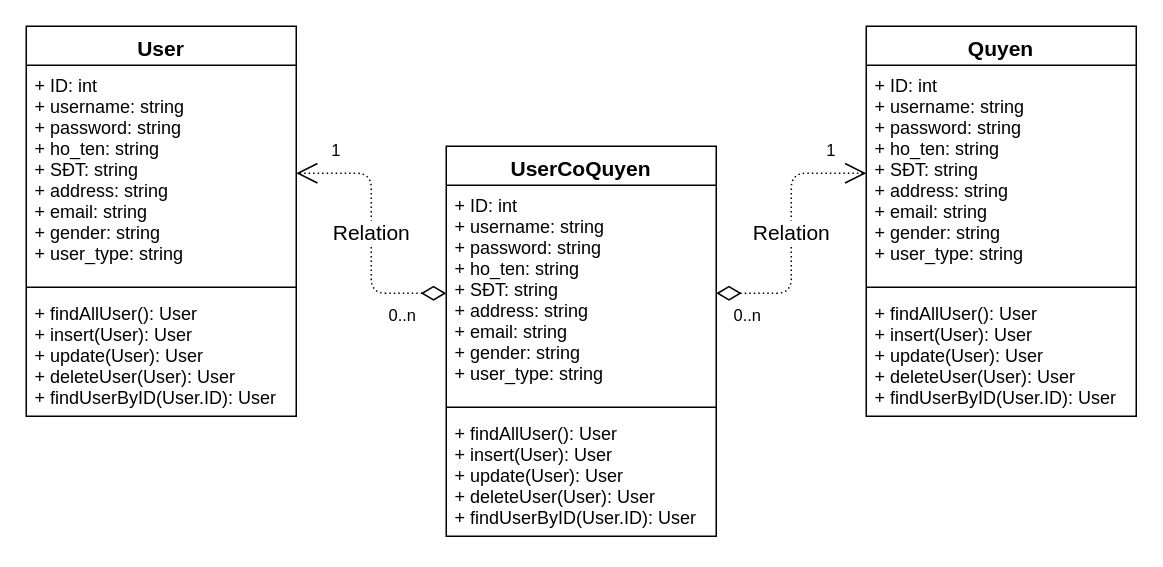
Above: page "Class ql_nguoi_dung" (8 of 18) of doc/QuanLyDoAn.drawio in lampn0/quan_ly_do_an_20211 (draw.io), before the change. Source tidied: cells renumbered, new cells numbered last; positions are measured from the earlier drawing's top-left corner, leaving out a move shared by most shapes. Both pictures are drawn from the tidied source at 150%, with x=0, y=0 at pixel (26, 26).
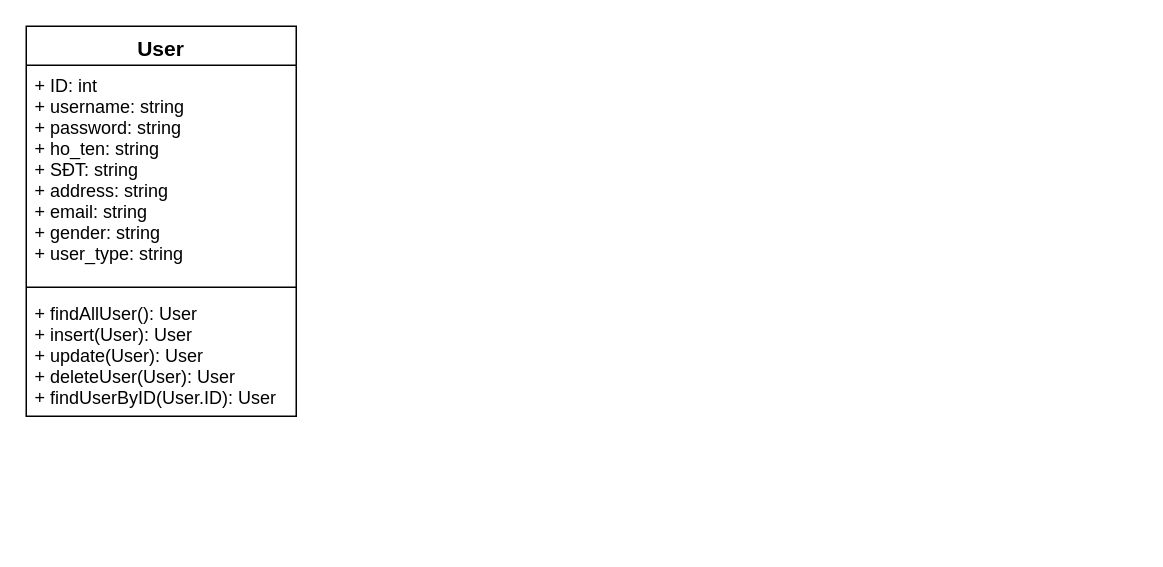
The same page after the edit.

Unchanged cells that the change refers to:
```xml
<mxCell id="3" value="+ ID: int&#10;+ username: string&#10;+ password: string&#10;+ ho_ten: string&#10;+ SĐT: string&#10;+ address: string&#10;+ email: string&#10;+ gender: string&#10;+ user_type: string" style="text;strokeColor=none;fillColor=none;align=left;verticalAlign=top;spacingLeft=4;spacingRight=4;overflow=hidden;points=[[0,0.5],[1,0.5]];portConstraint=eastwest;horizontal=1;" parent="2" vertex="1">
  <mxGeometry y="26" width="180" height="144" as="geometry" />
</mxCell>
```

What changed in the source:
```diff
@@
-    <mxCell id="6" value="UserCoQuyen" style="swimlane;fontStyle=1;align=center;verticalAlign=top;horizontal=1;startSize=26;fontSize=14;fillColor=#FFFFFF;" parent="1" vertex="1">
-      <mxGeometry x="280" y="80" width="180" height="260" as="geometry" />
-    </mxCell>
-    <mxCell id="7" value="+ ID: int&#10;+ username: string&#10;+ password: string&#10;+ ho_ten: string&#10;+ SĐT: string&#10;+ address: string&#10;+ email: string&#10;+ gender: string&#10;+ user_type: string" style="text;strokeColor=none;fillColor=none;align=left;verticalAlign=top;spacingLeft=4;spacingRight=4;overflow=hidden;points=[[0,0.5],[1,0.5]];portConstraint=eastwest;horizontal=1;" parent="6" vertex="1">
-      <mxGeometry y="26" width="180" height="144" as="geometry" />
-    </mxCell>
-    <mxCell id="8" style="line;strokeWidth=1;fillColor=none;align=left;verticalAlign=middle;spacingTop=-1;spacingLeft=3;spacingRight=3;labelPosition=right;" parent="6" vertex="1">
-      <mxGeometry y="170" width="180" height="8" as="geometry" />
-    </mxCell>
-    <mxCell id="9" value="+ findAllUser(): User&#10;+ insert(User): User&#10;+ update(User): User&#10;+ deleteUser(User): User&#10;+ findUserByID(User.ID): User" style="text;strokeColor=none;fillColor=none;align=left;verticalAlign=top;spacingLeft=4;spacingRight=4;overflow=hidden;" parent="6" vertex="1">
-      <mxGeometry y="178" width="180" height="82" as="geometry" />
-    </mxCell>
-    <mxCell id="10" value="Quyen" style="swimlane;fontStyle=1;align=center;verticalAlign=top;horizontal=1;startSize=26;fontSize=14;fillColor=#FFFFFF;" parent="1" vertex="1">
-      <mxGeometry x="560" width="180" height="260" as="geometry" />
-    </mxCell>
-    <mxCell id="11" value="+ ID: int&#10;+ username: string&#10;+ password: string&#10;+ ho_ten: string&#10;+ SĐT: string&#10;+ address: string&#10;+ email: string&#10;+ gender: string&#10;+ user_type: string" style="text;strokeColor=none;fillColor=none;align=left;verticalAlign=top;spacingLeft=4;spacingRight=4;overflow=hidden;points=[[0,0.5],[1,0.5]];portConstraint=eastwest;horizontal=1;" parent="10" vertex="1">
-      <mxGeometry y="26" width="180" height="144" as="geometry" />
-    </mxCell>
-    <mxCell id="12" style="line;strokeWidth=1;fillColor=none;align=left;verticalAlign=middle;spacingTop=-1;spacingLeft=3;spacingRight=3;labelPosition=right;" parent="10" vertex="1">
-      <mxGeometry y="170" width="180" height="8" as="geometry" />
-    </mxCell>
-    <mxCell id="13" value="+ findAllUser(): User&#10;+ insert(User): User&#10;+ update(User): User&#10;+ deleteUser(User): User&#10;+ findUserByID(User.ID): User" style="text;strokeColor=none;fillColor=none;align=left;verticalAlign=top;spacingLeft=4;spacingRight=4;overflow=hidden;" parent="10" vertex="1">
-      <mxGeometry y="178" width="180" height="82" as="geometry" />
-    </mxCell>
-    <mxCell id="14" value="Relation" style="endArrow=open;html=1;endSize=12;startArrow=diamondThin;startSize=14;startFill=0;edgeStyle=orthogonalEdgeStyle;dashed=1;dashPattern=1 2;fontSize=14;strokeColor=#000000;entryX=1;entryY=0.5;entryDx=0;entryDy=0;exitX=0;exitY=0.5;exitDx=0;exitDy=0;" parent="1" edge="1" source="7" target="3">
-      <mxGeometry relative="1" as="geometry" />
-    </mxCell>
-    <mxCell id="15" value="0..n" style="edgeLabel;html=1;align=left;verticalAlign=top;" parent="14" vertex="1">
-      <mxGeometry x="-1" relative="1" as="geometry">
-        <mxPoint x="-40" y="2" as="offset" />
-      </mxGeometry>
-    </mxCell>
-    <mxCell id="16" value="1" style="edgeLabel;html=1;align=right;verticalAlign=top;" parent="14" vertex="1">
-      <mxGeometry x="1" relative="1" as="geometry">
-        <mxPoint x="30" y="-28" as="offset" />
-      </mxGeometry>
-    </mxCell>
-    <mxCell id="17" value="Relation" style="endArrow=open;html=1;endSize=12;startArrow=diamondThin;startSize=14;startFill=0;edgeStyle=orthogonalEdgeStyle;dashed=1;dashPattern=1 2;fontSize=14;strokeColor=#000000;entryX=0;entryY=0.5;entryDx=0;entryDy=0;exitX=1;exitY=0.5;exitDx=0;exitDy=0;" parent="1" edge="1" source="7" target="11">
-      <mxGeometry relative="1" as="geometry" />
-    </mxCell>
-    <mxCell id="18" value="0..n" style="edgeLabel;html=1;align=left;verticalAlign=top;" parent="17" vertex="1">
-      <mxGeometry x="-1" relative="1" as="geometry">
-        <mxPoint x="10" y="2" as="offset" />
-      </mxGeometry>
-    </mxCell>
-    <mxCell id="19" value="1" style="edgeLabel;html=1;align=right;verticalAlign=top;" parent="17" vertex="1">
-      <mxGeometry x="1" relative="1" as="geometry">
-        <mxPoint x="-20" y="-28" as="offset" />
-      </mxGeometry>
-    </mxCell>
```
